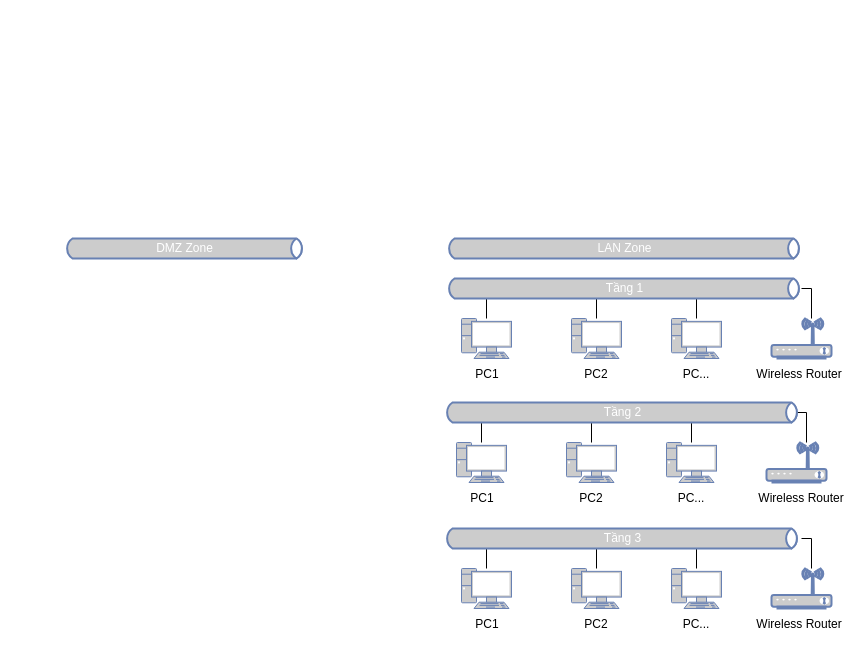
Above: sodonguyenlymanglan.drawio in pnptai94/giaydiduongbluezone (draw.io), before the change. Source tidied: cells renumbered, new cells numbered last; positions are measured from the earlier drawing's top-left corner, leaving out a move shared by most shapes. Both pictures are drawn from the tidied source at 100%, with x=0, y=0 at pixel (64, 238).
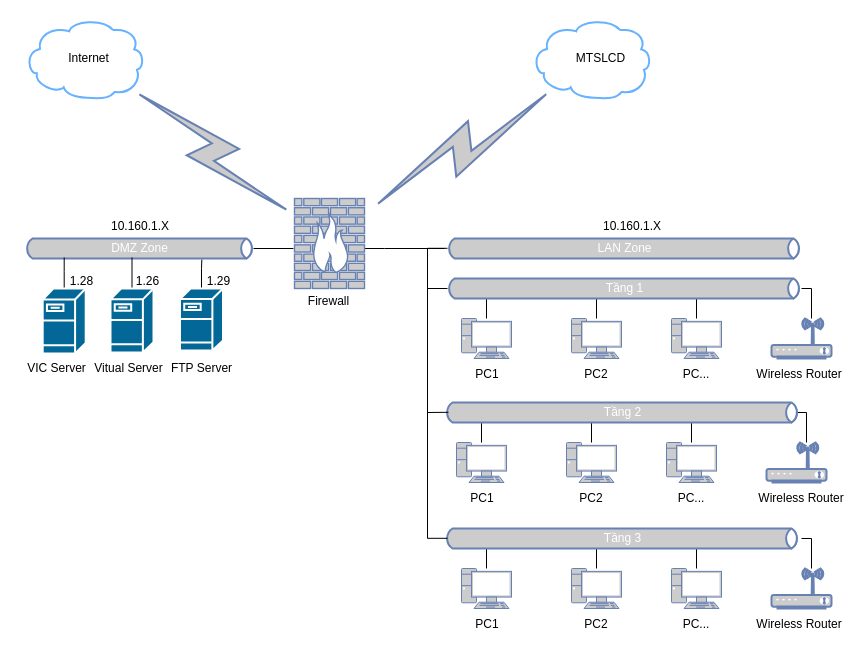
The same page after the edit.

Diff of the diagram source:
```diff
@@
     <mxCell id="3" value="DMZ Zone" style="html=1;outlineConnect=0;fillColor=#CCCCCC;strokeColor=#6881B3;gradientColor=none;gradientDirection=north;strokeWidth=2;shape=mxgraph.networks.bus;gradientColor=none;gradientDirection=north;fontColor=#ffffff;perimeter=backbonePerimeter;backboneSize=20;" parent="1" vertex="1">
-      <mxGeometry width="240" height="20" as="geometry" />
+      <mxGeometry x="-40" width="230" height="20" as="geometry" />
     </mxCell>
@@
+    <mxCell id="43" style="endArrow=none;html=1;rounded=0;" parent="1" edge="1">
+      <mxGeometry relative="1" as="geometry">
+        <mxPoint x="363" y="300" as="sourcePoint" />
+        <mxPoint x="363" y="10" as="targetPoint" />
+      </mxGeometry>
+    </mxCell>
+    <mxCell id="44" style="endArrow=none;html=1;rounded=0;" parent="1" edge="1">
+      <mxGeometry relative="1" as="geometry">
+        <mxPoint x="363" y="50" as="sourcePoint" />
+        <mxPoint x="383" y="50" as="targetPoint" />
+      </mxGeometry>
+    </mxCell>
+    <mxCell id="45" style="endArrow=none;html=1;rounded=0;" parent="1" edge="1">
+      <mxGeometry relative="1" as="geometry">
+        <mxPoint x="363" y="9.8" as="sourcePoint" />
+        <mxPoint x="383" y="9.8" as="targetPoint" />
+      </mxGeometry>
+    </mxCell>
+    <mxCell id="46" style="endArrow=none;html=1;rounded=0;" parent="1" edge="1">
+      <mxGeometry relative="1" as="geometry">
+        <mxPoint x="363" y="174" as="sourcePoint" />
+        <mxPoint x="384" y="173.8" as="targetPoint" />
+      </mxGeometry>
+    </mxCell>
+    <mxCell id="47" style="endArrow=none;html=1;rounded=0;" parent="1" edge="1">
+      <mxGeometry relative="1" as="geometry">
+        <mxPoint x="363" y="299.8" as="sourcePoint" />
+        <mxPoint x="383" y="299.8" as="targetPoint" />
+      </mxGeometry>
+    </mxCell>
+    <mxCell id="48" style="edgeStyle=orthogonalEdgeStyle;rounded=0;jettySize=auto;html=1;endArrow=none;endFill=0;" parent="1" edge="1" source="49" target="3">
+      <mxGeometry relative="1" as="geometry">
+        <Array as="points">
+          <mxPoint x="68" y="20" />
+          <mxPoint x="68" y="20" />
+        </Array>
+      </mxGeometry>
+    </mxCell>
+    <mxCell id="49" style="shape=mxgraph.cisco.servers.fileserver;sketch=0;html=1;dashed=0;fillColor=#036897;strokeColor=#ffffff;strokeWidth=2;verticalLabelPosition=bottom;verticalAlign=top;align=center;outlineConnect=0;" parent="1" vertex="1">
+      <mxGeometry x="46" y="50" width="43" height="64" as="geometry" />
+    </mxCell>
+    <mxCell id="50" value="Vitual Server" style="text;html=1;strokeColor=none;fillColor=none;align=center;verticalAlign=middle;whiteSpace=wrap;rounded=0;" parent="1" vertex="1">
+      <mxGeometry x="25.2" y="120" width="78.5" height="20" as="geometry" />
+    </mxCell>
+    <mxCell id="51" style="edgeStyle=orthogonalEdgeStyle;rounded=0;jettySize=auto;html=1;endArrow=none;endFill=0;" parent="1" edge="1" source="53">
+      <mxGeometry relative="1" as="geometry">
+        <mxPoint x="380" y="10" as="targetPoint" />
+        <Array as="points">
+          <mxPoint x="320" y="10" />
+          <mxPoint x="320" y="10" />
+        </Array>
+      </mxGeometry>
+    </mxCell>
+    <mxCell id="52" style="edgeStyle=none;rounded=0;orthogonalLoop=1;jettySize=auto;html=1;endArrow=none;endFill=0;" parent="1" edge="1">
+      <mxGeometry relative="1" as="geometry">
+        <mxPoint x="229" y="10" as="sourcePoint" />
+        <mxPoint x="189" y="10" as="targetPoint" />
+      </mxGeometry>
+    </mxCell>
+    <mxCell id="53" style="fontColor=#0066CC;verticalAlign=top;verticalLabelPosition=bottom;labelPosition=center;align=center;html=1;outlineConnect=0;fillColor=#CCCCCC;strokeColor=#6881B3;gradientColor=none;gradientDirection=north;strokeWidth=2;shape=mxgraph.networks.firewall;" parent="1" vertex="1">
+      <mxGeometry x="230" y="-40" width="70" height="90" as="geometry" />
+    </mxCell>
+    <mxCell id="54" style="shape=mxgraph.cisco.storage.cloud;sketch=0;html=1;dashed=0;fillColor=none;strokeColor=#66B2FF;strokeWidth=2;verticalLabelPosition=bottom;verticalAlign=top;align=center;outlineConnect=0;" parent="1" vertex="1">
+      <mxGeometry x="-40" y="-220" width="120" height="80" as="geometry" />
+    </mxCell>
+    <mxCell id="55" style="shape=mxgraph.cisco.storage.cloud;sketch=0;html=1;dashed=0;fillColor=none;strokeColor=#66B2FF;strokeWidth=2;verticalLabelPosition=bottom;verticalAlign=top;align=center;outlineConnect=0;" parent="1" vertex="1">
+      <mxGeometry x="467" y="-220" width="120" height="80" as="geometry" />
+    </mxCell>
+    <mxCell id="56" value="Internet" style="text;html=1;strokeColor=none;fillColor=none;align=center;verticalAlign=middle;whiteSpace=wrap;rounded=0;" parent="1" vertex="1">
+      <mxGeometry x="-15.5" y="-190" width="78.5" height="20" as="geometry" />
+    </mxCell>
+    <mxCell id="57" value="MTSLCD" style="text;html=1;strokeColor=none;fillColor=none;align=center;verticalAlign=middle;whiteSpace=wrap;rounded=0;" parent="1" vertex="1">
+      <mxGeometry x="497" y="-190" width="78.5" height="20" as="geometry" />
+    </mxCell>
+    <mxCell id="58" value="Firewall" style="text;html=1;strokeColor=none;fillColor=none;align=center;verticalAlign=middle;whiteSpace=wrap;rounded=0;" parent="1" vertex="1">
+      <mxGeometry x="225" y="53" width="78.5" height="20" as="geometry" />
+    </mxCell>
+    <mxCell id="59" style="html=1;outlineConnect=0;fillColor=#CCCCCC;strokeColor=#6881B3;gradientColor=none;gradientDirection=north;strokeWidth=2;shape=mxgraph.networks.comm_link_edge;html=1;rounded=0;endArrow=none;endFill=0;entryX=0.2;entryY=0.87;entryDx=0;entryDy=0;entryPerimeter=0;exitX=1.061;exitY=0.125;exitDx=0;exitDy=0;exitPerimeter=0;" parent="1" edge="1" source="53" target="55">
+      <mxGeometry relative="1" as="geometry" />
+    </mxCell>
+    <mxCell id="60" style="html=1;outlineConnect=0;fillColor=#CCCCCC;strokeColor=#6881B3;gradientColor=none;gradientDirection=north;strokeWidth=2;shape=mxgraph.networks.comm_link_edge;html=1;rounded=0;endArrow=none;endFill=0;entryX=0.89;entryY=0.87;entryDx=0;entryDy=0;entryPerimeter=0;" parent="1" edge="1" source="53" target="54">
+      <mxGeometry relative="1" as="geometry" />
+    </mxCell>
+    <mxCell id="61" value="10.160.1.X" style="text;html=1;strokeColor=none;fillColor=none;align=center;verticalAlign=middle;whiteSpace=wrap;rounded=0;" parent="1" vertex="1">
+      <mxGeometry x="538" y="-22" width="60" height="20" as="geometry" />
+    </mxCell>
+    <mxCell id="62" value="10.160.1.X" style="text;html=1;strokeColor=none;fillColor=none;align=center;verticalAlign=middle;whiteSpace=wrap;rounded=0;" parent="1" vertex="1">
+      <mxGeometry x="45.5" y="-22" width="60" height="20" as="geometry" />
+    </mxCell>
+    <mxCell id="63" style="edgeStyle=orthogonalEdgeStyle;rounded=0;jettySize=auto;html=1;entryX=0.771;entryY=1.055;entryDx=0;entryDy=0;entryPerimeter=0;endArrow=none;endFill=0;" parent="1" edge="1" source="64" target="3">
+      <mxGeometry relative="1" as="geometry" />
+    </mxCell>
+    <mxCell id="64" style="shape=mxgraph.cisco.servers.fileserver;sketch=0;html=1;dashed=0;fillColor=#036897;strokeColor=#ffffff;strokeWidth=2;verticalLabelPosition=bottom;verticalAlign=top;align=center;outlineConnect=0;" parent="1" vertex="1">
+      <mxGeometry x="115.5" y="50" width="43" height="62" as="geometry" />
+    </mxCell>
+    <mxCell id="65" value="FTP Server" style="text;html=1;strokeColor=none;fillColor=none;align=center;verticalAlign=middle;whiteSpace=wrap;rounded=0;" parent="1" vertex="1">
+      <mxGeometry x="97.8" y="120" width="78.5" height="20" as="geometry" />
+    </mxCell>
+    <mxCell id="66" style="edgeStyle=orthogonalEdgeStyle;rounded=0;jettySize=auto;html=1;endArrow=none;endFill=0;" parent="1" edge="1" source="67" target="3">
+      <mxGeometry relative="1" as="geometry">
+        <Array as="points">
+          <mxPoint y="33" />
+          <mxPoint y="33" />
+        </Array>
+      </mxGeometry>
+    </mxCell>
+    <mxCell id="67" style="shape=mxgraph.cisco.servers.fileserver;sketch=0;html=1;dashed=0;fillColor=#036897;strokeColor=#ffffff;strokeWidth=2;verticalLabelPosition=bottom;verticalAlign=top;align=center;outlineConnect=0;" parent="1" vertex="1">
+      <mxGeometry x="-21.8" y="50" width="43" height="65" as="geometry" />
+    </mxCell>
+    <mxCell id="68" value="VIC Server" style="text;html=1;strokeColor=none;fillColor=none;align=center;verticalAlign=middle;whiteSpace=wrap;rounded=0;" parent="1" vertex="1">
+      <mxGeometry x="-47.5" y="120" width="78.5" height="20" as="geometry" />
+    </mxCell>
+    <mxCell id="69" value="1.29" style="text;html=1;strokeColor=none;fillColor=none;align=center;verticalAlign=middle;whiteSpace=wrap;rounded=0;" parent="1" vertex="1">
+      <mxGeometry x="140" y="33" width="28.5" height="20" as="geometry" />
+    </mxCell>
+    <mxCell id="70" value="1.26" style="text;html=1;strokeColor=none;fillColor=none;align=center;verticalAlign=middle;whiteSpace=wrap;rounded=0;" parent="1" vertex="1">
+      <mxGeometry x="69.2" y="33" width="28.5" height="20" as="geometry" />
+    </mxCell>
+    <mxCell id="71" value="1.28" style="text;html=1;strokeColor=none;fillColor=none;align=center;verticalAlign=middle;whiteSpace=wrap;rounded=0;" parent="1" vertex="1">
+      <mxGeometry x="2.5" y="33" width="28.5" height="20" as="geometry" />
+    </mxCell>
```
